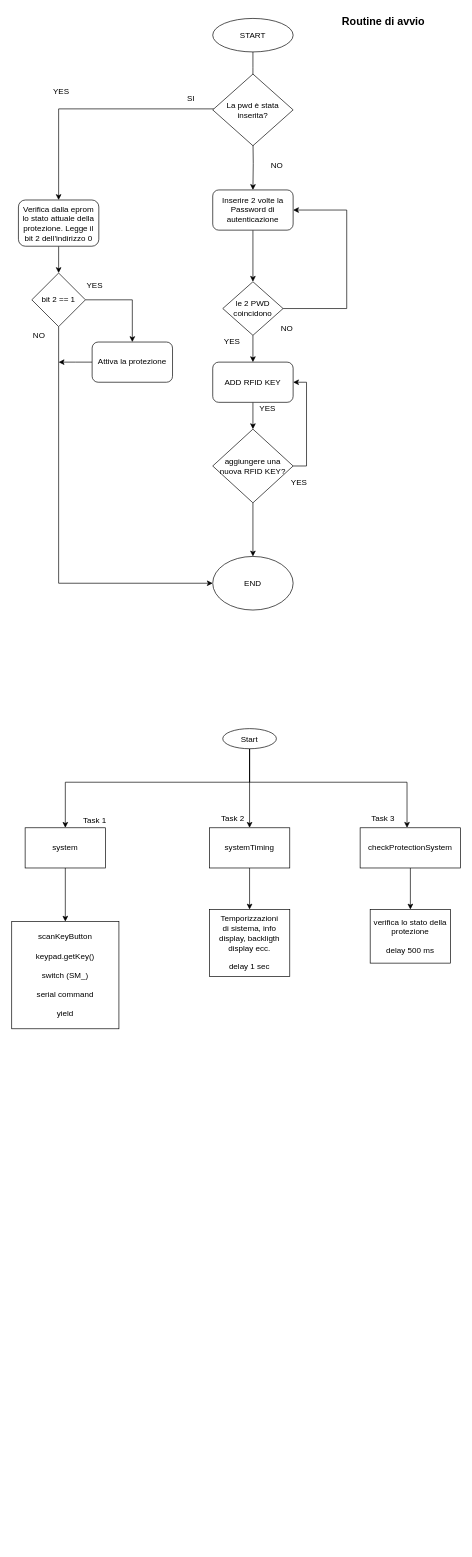
Earlier version of the draw.io diagram ANTIFURTO_MAIN.drawio (antovar70/CiabattaDomotica). Source tidied: cells renumbered, new cells numbered last; positions are measured from the earlier drawing's top-left corner, leaving out a move shared by most shapes. Both pictures are drawn from the tidied source at 67%, with x=0, y=0 at pixel (11, 11).
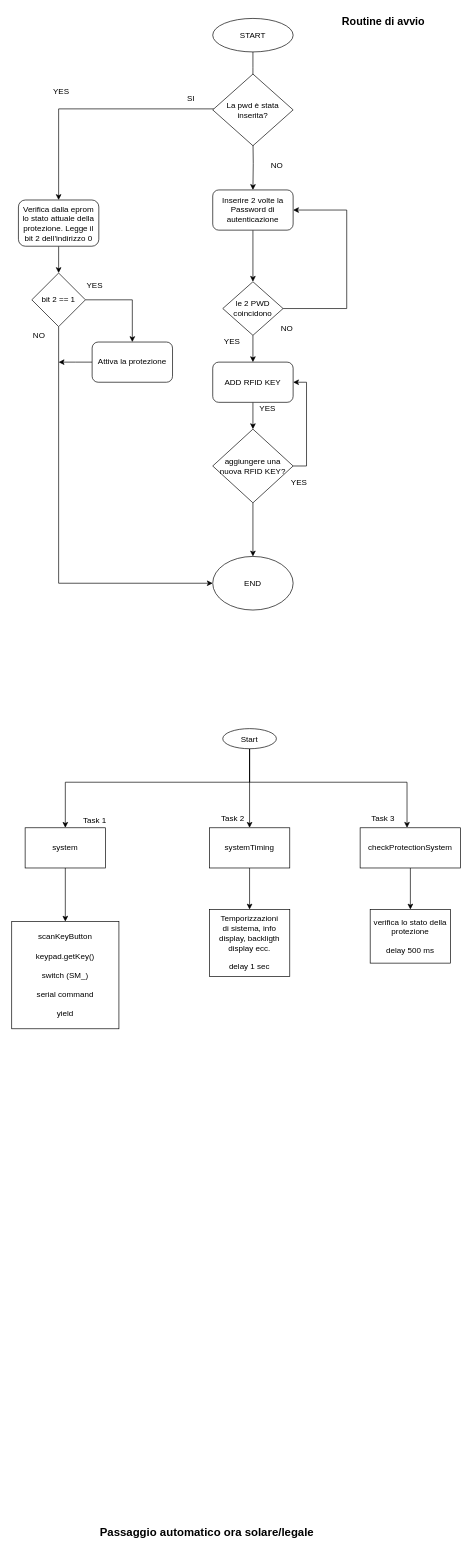
After the change.

Diff of the diagram source:
```diff
@@
+    <mxCell id="52" value="Passaggio automatico ora solare/legale" style="text;html=1;align=center;verticalAlign=middle;strokeWidth=2;fontStyle=1;spacing=5;fontSize=17;" parent="1" vertex="1">
+      <mxGeometry x="121" y="2250" width="340" height="40" as="geometry" />
+    </mxCell>
```
